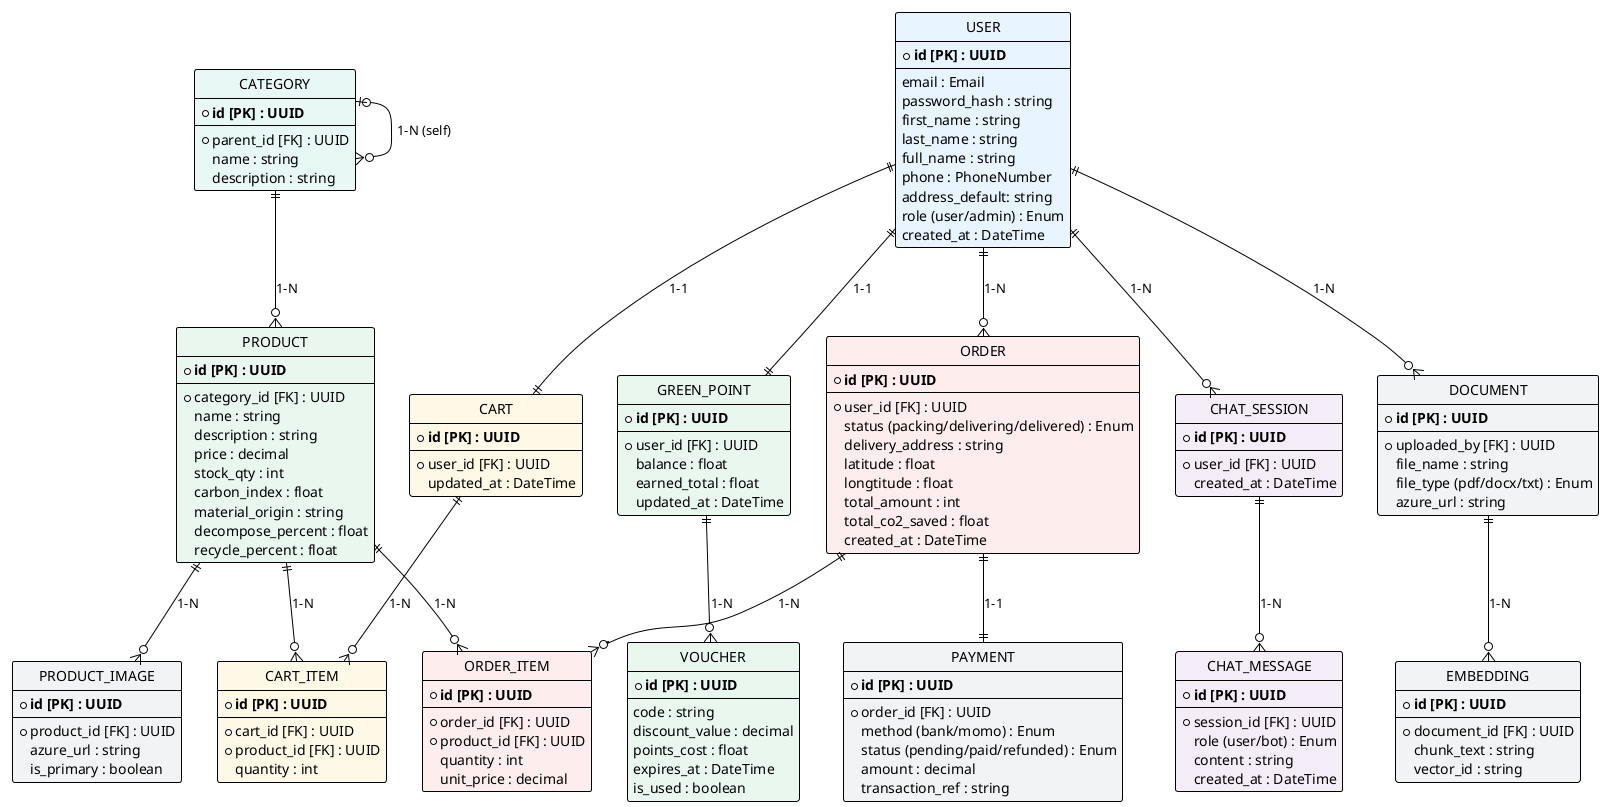
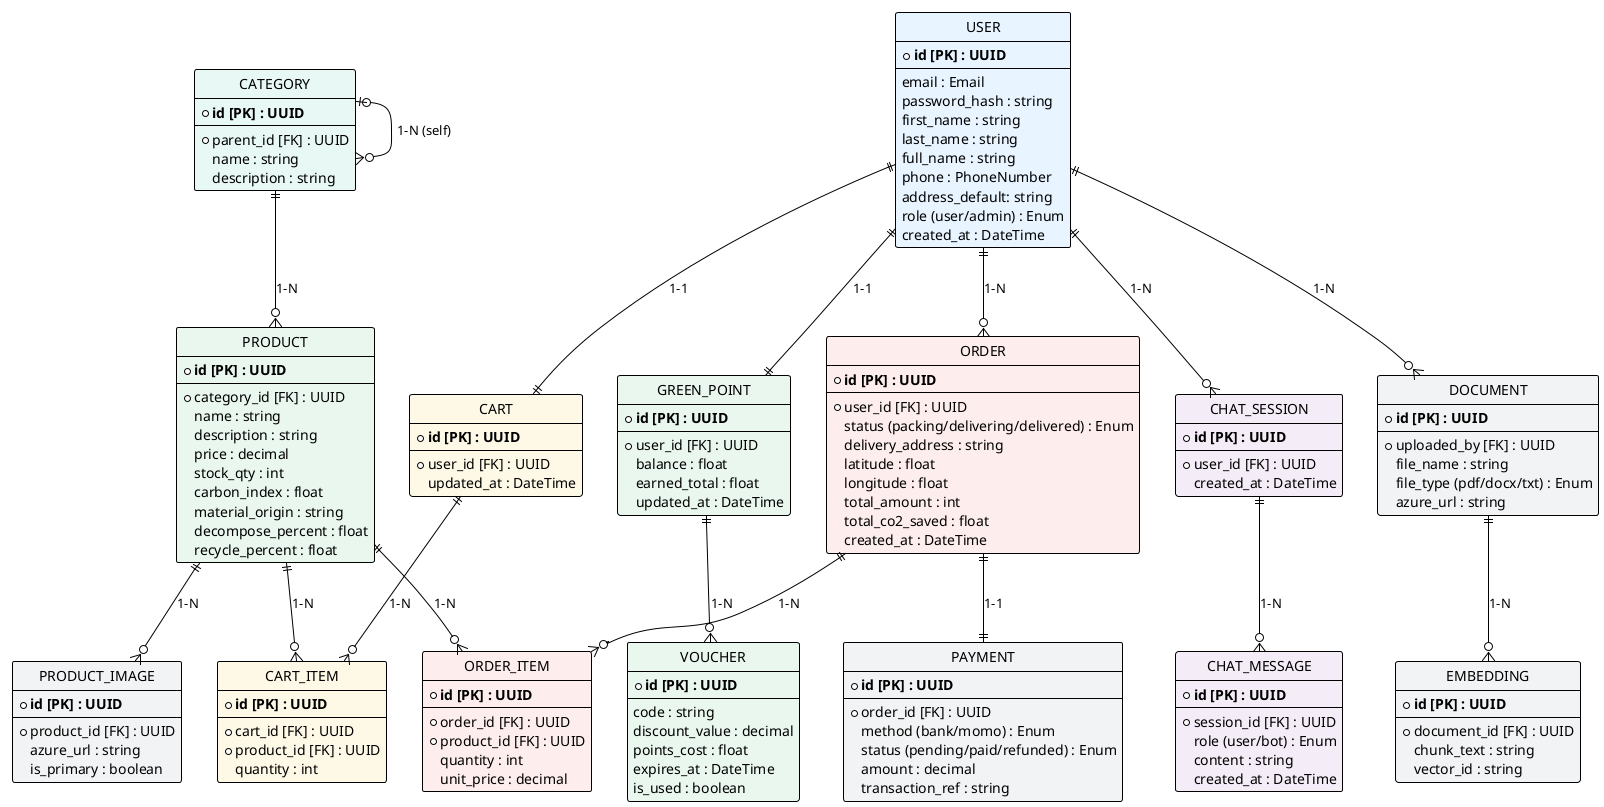
@startuml CDM
!theme plain
hide circle

' ================= ENTITIES =================

entity "USER" as user #E8F4FF {
  * **id [PK] : UUID**
  --
  email : Email
  password_hash : string
  first_name : string
  last_name : string
  full_name : string
  phone : PhoneNumber
  address_default: string
  role (user/admin) : Enum
  created_at : DateTime
}

entity "CATEGORY" as category #E8F8F5 {
  * **id [PK] : UUID**
  --
  * parent_id [FK] : UUID
  name : string
  description : string
}

entity "PRODUCT" as product #E9F7EF {
  * **id [PK] : UUID**
  --
  * category_id [FK] : UUID
  name : string
  description : string
  price : decimal
  stock_qty : int
  carbon_index : float
  material_origin : string
  decompose_percent : float
  recycle_percent : float
}

entity "PRODUCT_IMAGE" as product_image #F2F3F4 {
  * **id [PK] : UUID**
  --
  * product_id [FK] : UUID
  azure_url : string
  is_primary : boolean
}

entity "CART" as cart #FEF9E7 {
  * **id [PK] : UUID**
  --
  * user_id [FK] : UUID
  updated_at : DateTime
}

entity "CART_ITEM" as cart_item #FEF9E7 {
  * **id [PK] : UUID**
  --
  * cart_id [FK] : UUID
  * product_id [FK] : UUID
  quantity : int
}

entity "ORDER" as order #FDEDEC {
  * **id [PK] : UUID**
  --
  * user_id [FK] : UUID
  status (packing/delivering/delivered) : Enum
  delivery_address : string
  latitude : float
-   longtitude : float
+   longitude : float
  total_amount : int
  total_co2_saved : float
  created_at : DateTime
}

entity "ORDER_ITEM" as order_item #FDEDEC {
  * **id [PK] : UUID**
  --
  * order_id [FK] : UUID
  * product_id [FK] : UUID
  quantity : int
  unit_price : decimal
}

entity "PAYMENT" as payment #F2F3F4 {
  * **id [PK] : UUID**
  --
  * order_id [FK] : UUID
  method (bank/momo) : Enum
  status (pending/paid/refunded) : Enum
  amount : decimal
  transaction_ref : string
}

entity "GREEN_POINT" as green_point #E9F7EF {
  * **id [PK] : UUID**
  --
  * user_id [FK] : UUID
  balance : float
  earned_total : float
  updated_at : DateTime
}

entity "VOUCHER" as voucher #E9F7EF {
  * **id [PK] : UUID**
  --
  code : string
  discount_value : decimal
  points_cost : float
  expires_at : DateTime
  is_used : boolean
}

entity "CHAT_SESSION" as chat_session #F4ECF7 {
  * **id [PK] : UUID**
  --
  * user_id [FK] : UUID
  created_at : DateTime
}

entity "CHAT_MESSAGE" as chat_message #F4ECF7 {
  * **id [PK] : UUID**
  --
  * session_id [FK] : UUID
  role (user/bot) : Enum
  content : string
  created_at : DateTime
}

entity "DOCUMENT" as document #F2F3F4 {
  * **id [PK] : UUID**
  --
  * uploaded_by [FK] : UUID
  file_name : string
  file_type (pdf/docx/txt) : Enum
  azure_url : string
}

entity "EMBEDDING" as embedding #F2F3F4 {
  * **id [PK] : UUID**
  --
  * document_id [FK] : UUID
  chunk_text : string
  vector_id : string
}

' ================= RELATIONSHIPS =================

' Người dùng và Giỏ hàng
user ||--|| cart : 1-1
cart ||--o{ cart_item : 1-N

' Sản phẩm và Danh mục
category |o--o{ category : 1-N (self)
category ||--o{ product : 1-N
product ||--o{ product_image : 1-N
product ||--o{ cart_item : 1-N

' Đơn hàng và Thanh toán
user ||--o{ order : 1-N
order ||--o{ order_item : 1-N
product ||--o{ order_item : 1-N
order ||--|| payment : 1-1

' Tích điểm xanh (Green/Eco)
user ||--|| green_point : 1-1
green_point ||--o{ voucher : 1-N

' AI Chat & RAG
user ||--o{ chat_session : 1-N
chat_session ||--o{ chat_message : 1-N
user ||--o{ document : 1-N
document ||--o{ embedding : 1-N

@enduml
